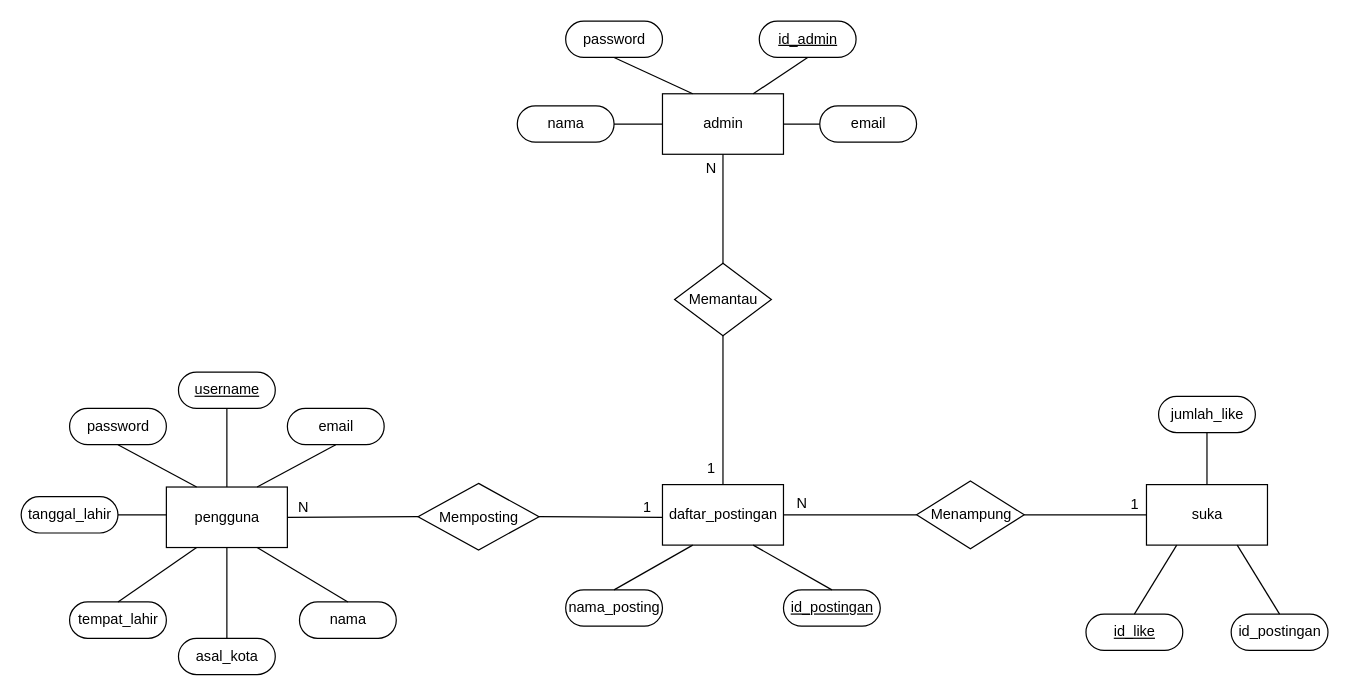
This is erd food diary.drawio from j3c118131/RPL, a draw.io file, before an edit. Source tidied: cells renumbered, new cells numbered last; positions are measured from the earlier drawing's top-left corner, leaving out a move shared by most shapes. Both pictures are drawn from the tidied source at 121%, with x=0, y=0 at pixel (21, 21).
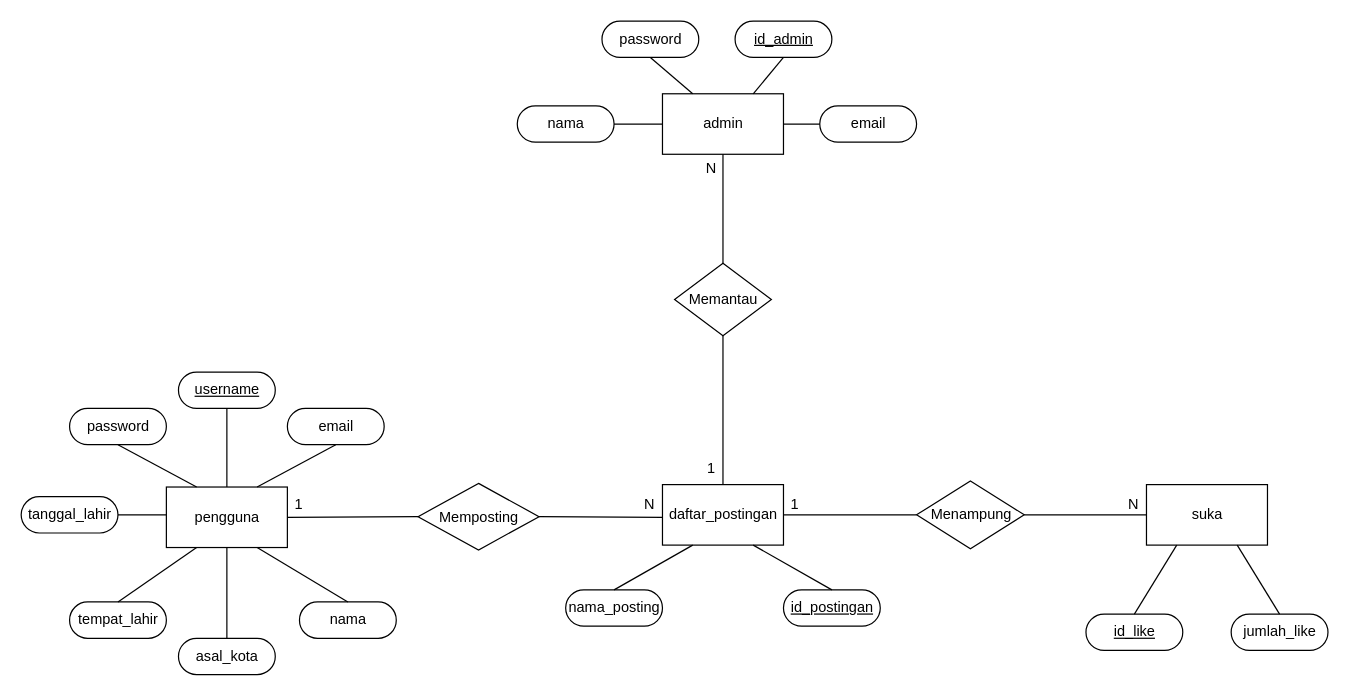
The same page after the edit.

The change refers to these unchanged cells:
```xml
<mxCell id="4" value="suka" style="html=1;dashed=0;whitespace=wrap;" parent="1" vertex="1">
  <mxGeometry x="930" y="383" width="100" height="50" as="geometry" />
</mxCell>
<mxCell id="9" style="endArrow=none;html=1;rounded=0;exitX=1;exitY=0.5;exitDx=0;exitDy=0;" parent="1" edge="1" source="6">
  <mxGeometry relative="1" as="geometry">
    <mxPoint x="530" y="410" as="targetPoint" />
  </mxGeometry>
</mxCell>
<mxCell id="11" style="endArrow=none;html=1;rounded=0;entryX=0;entryY=0.5;entryDx=0;entryDy=0;" parent="1" edge="1" target="6">
  <mxGeometry relative="1" as="geometry">
    <mxPoint x="220" y="410" as="sourcePoint" />
  </mxGeometry>
</mxCell>
<mxCell id="13" style="endArrow=none;html=1;rounded=0;exitX=1;exitY=0.5;exitDx=0;exitDy=0;entryX=0;entryY=0.5;entryDx=0;entryDy=0;" parent="1" edge="1" source="7" target="4">
  <mxGeometry relative="1" as="geometry" />
</mxCell>
<mxCell id="15" style="endArrow=none;html=1;rounded=0;exitX=1;exitY=0.5;exitDx=0;exitDy=0;entryX=0;entryY=0.5;entryDx=0;entryDy=0;" parent="1" edge="1" source="3" target="7">
  <mxGeometry relative="1" as="geometry" />
</mxCell>
```

The edit, as a diff of the source:
```diff
@@
     <mxCell id="10" value="1" style="html=1;align=right;verticalAlign=bottom;" parent="9" vertex="1">
       <mxGeometry x="1" relative="1" as="geometry">
-        <mxPoint x="-9.3" as="offset" />
+        <mxPoint x="-297" y="-2" as="offset" />
       </mxGeometry>
     </mxCell>
@@
     <mxCell id="12" value="N" style="html=1;align=right;verticalAlign=bottom;" parent="11" vertex="1">
       <mxGeometry x="1" relative="1" as="geometry">
-        <mxPoint x="-90" as="offset" />
+        <mxPoint x="196" y="-1.5" as="offset" />
       </mxGeometry>
     </mxCell>
@@
     <mxCell id="14" value="1" style="html=1;align=right;verticalAlign=bottom;" parent="13" vertex="1">
       <mxGeometry x="1" relative="1" as="geometry">
-        <mxPoint x="-6" as="offset" />
+        <mxPoint x="-287" as="offset" />
       </mxGeometry>
     </mxCell>
@@
     <mxCell id="16" value="N" style="html=1;align=right;verticalAlign=bottom;" parent="15" vertex="1">
       <mxGeometry x="1" relative="1" as="geometry">
-        <mxPoint x="-90" y="-1" as="offset" />
+        <mxPoint x="184" as="offset" />
       </mxGeometry>
     </mxCell>
@@
-    <mxCell id="29" value="id_postingan" style="html=1;dashed=0;whitespace=wrap;shape=mxgraph.dfd.start;" parent="1" vertex="1">
-      <mxGeometry x="1000" y="490" width="80" height="30" as="geometry" />
-    </mxCell>
     <mxCell id="30" value="jumlah_like" style="html=1;dashed=0;whitespace=wrap;shape=mxgraph.dfd.start;" parent="1" vertex="1">
-      <mxGeometry x="940" y="310" width="80" height="30" as="geometry" />
+      <mxGeometry x="1000" y="490" width="80" height="30" as="geometry" />
     </mxCell>
     <mxCell id="31" value="&lt;u style=&quot;font-weight: normal&quot;&gt;id_admin&lt;/u&gt;" style="html=1;dashed=0;whitespace=wrap;shape=mxgraph.dfd.start;fontStyle=1;" parent="1" vertex="1">
-      <mxGeometry x="610" width="80" height="30" as="geometry" />
+      <mxGeometry x="590" width="80" height="30" as="geometry" />
     </mxCell>
     <mxCell id="32" value="password" style="html=1;dashed=0;whitespace=wrap;shape=mxgraph.dfd.start;" parent="1" vertex="1">
-      <mxGeometry x="450" width="80" height="30" as="geometry" />
+      <mxGeometry x="480" width="80" height="30" as="geometry" />
     </mxCell>
@@
-    <mxCell id="46" style="endArrow=none;html=1;rounded=0;exitX=0.5;exitY=0;exitDx=0;exitDy=0;entryX=0.5;entryY=0.5;entryDx=0;entryDy=15.000000000000002;entryPerimeter=0;" parent="1" edge="1" source="4" target="30">
-      <mxGeometry relative="1" as="geometry" />
-    </mxCell>
@@
-    <mxCell id="48" style="endArrow=none;html=1;rounded=0;exitX=0.5;exitY=0.5;exitDx=0;exitDy=-15.000000000000002;entryX=0.75;entryY=1;entryDx=0;entryDy=0;exitPerimeter=0;" parent="1" edge="1" source="29" target="4">
+    <mxCell id="48" style="endArrow=none;html=1;rounded=0;exitX=0.5;exitY=0.5;exitDx=0;exitDy=-15;entryX=0.75;entryY=1;entryDx=0;entryDy=0;exitPerimeter=0;" parent="1" edge="1" source="30" target="4">
       <mxGeometry relative="1" as="geometry" />
     </mxCell>
```
